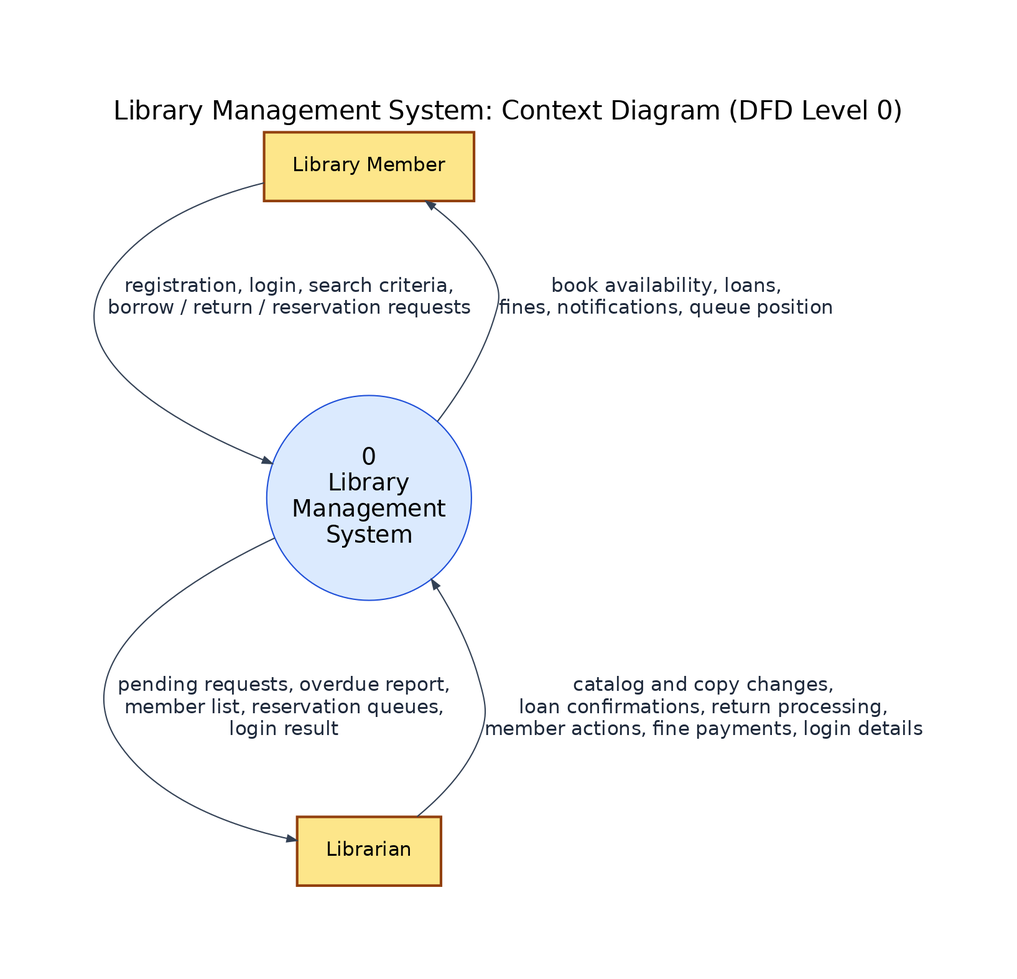
Before: diagrams/dfd0.png, a diagram exported from Graphviz (Hassan3443/library-management-system). Its source is kept beside it as diagrams/dfd0.dot.
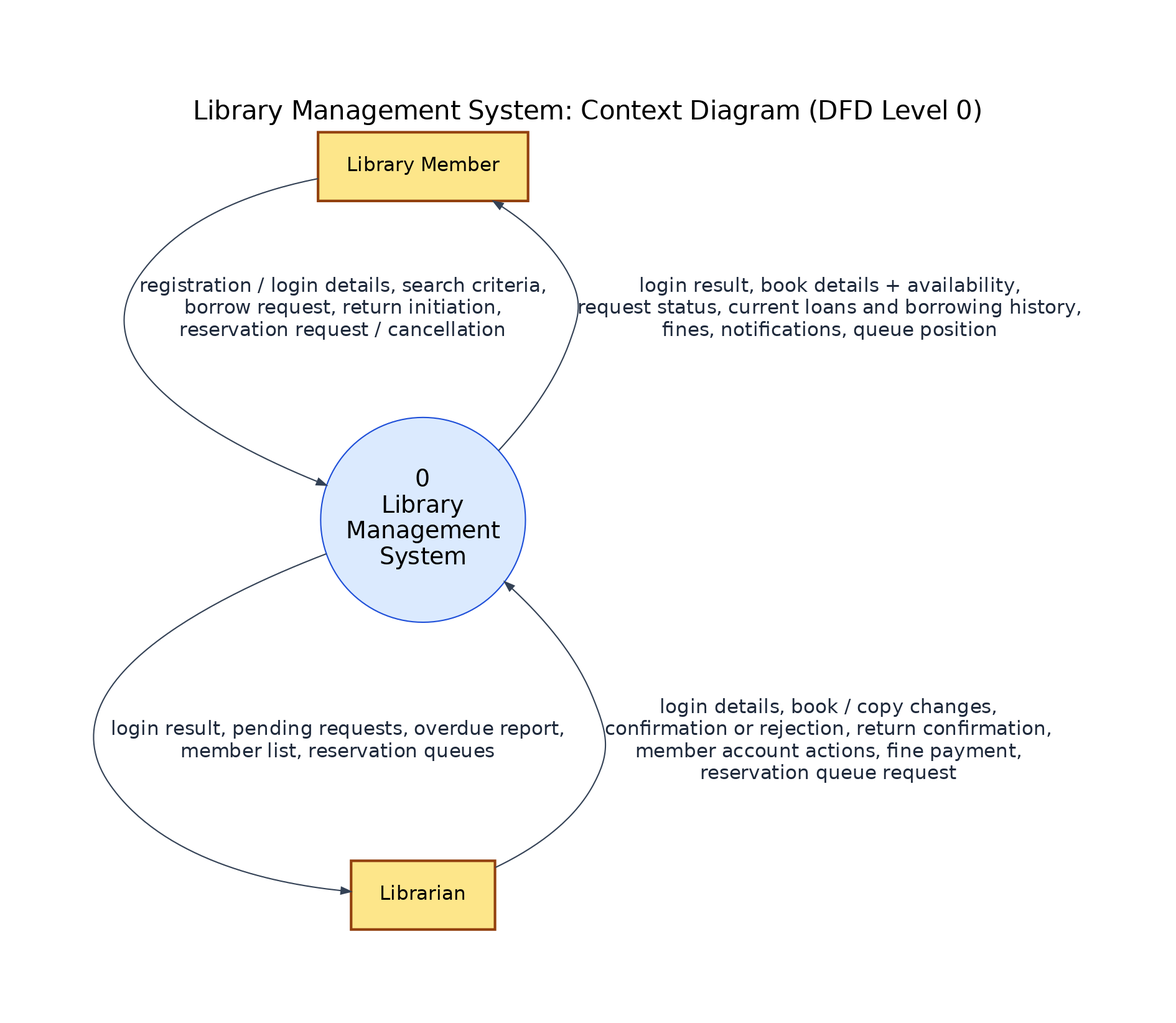
Later version of the same file.

What changed in the source:
```diff
@@ -5,8 +5,8 @@
   M [label="Library Member", shape=box, style="filled,bold", fillcolor="#fde68a", color="#92400e", margin="0.3,0.25"];
   L [label="Librarian", shape=box, style="filled,bold", fillcolor="#fde68a", color="#92400e", margin="0.3,0.25"];
   S [label="0\nLibrary\nManagement\nSystem", shape=circle, style=filled, fillcolor="#dbeafe", color="#1d4ed8", width=2.2, fixedsize=true, fontsize=18];
-  M -> S [label="registration, login, search criteria,\nborrow / return / reservation requests"];
-  S -> M [label="book availability, loans,\nfines, notifications, queue position"];
-  L -> S [label="catalog and copy changes,\nloan confirmations, return processing,\nmember actions, fine payments, login details"];
-  S -> L [label="pending requests, overdue report,\nmember list, reservation queues,\nlogin result"];
+  M -> S [label="registration / login details, search criteria,\nborrow request, return initiation,\nreservation request / cancellation"];
+  S -> M [label="login result, book details + availability,\nrequest status, current loans and borrowing history,\nfines, notifications, queue position"];
+  L -> S [label="login details, book / copy changes,\nconfirmation or rejection, return confirmation,\nmember account actions, fine payment,\nreservation queue request"];
+  S -> L [label="login result, pending requests, overdue report,\nmember list, reservation queues"];
 }
```
